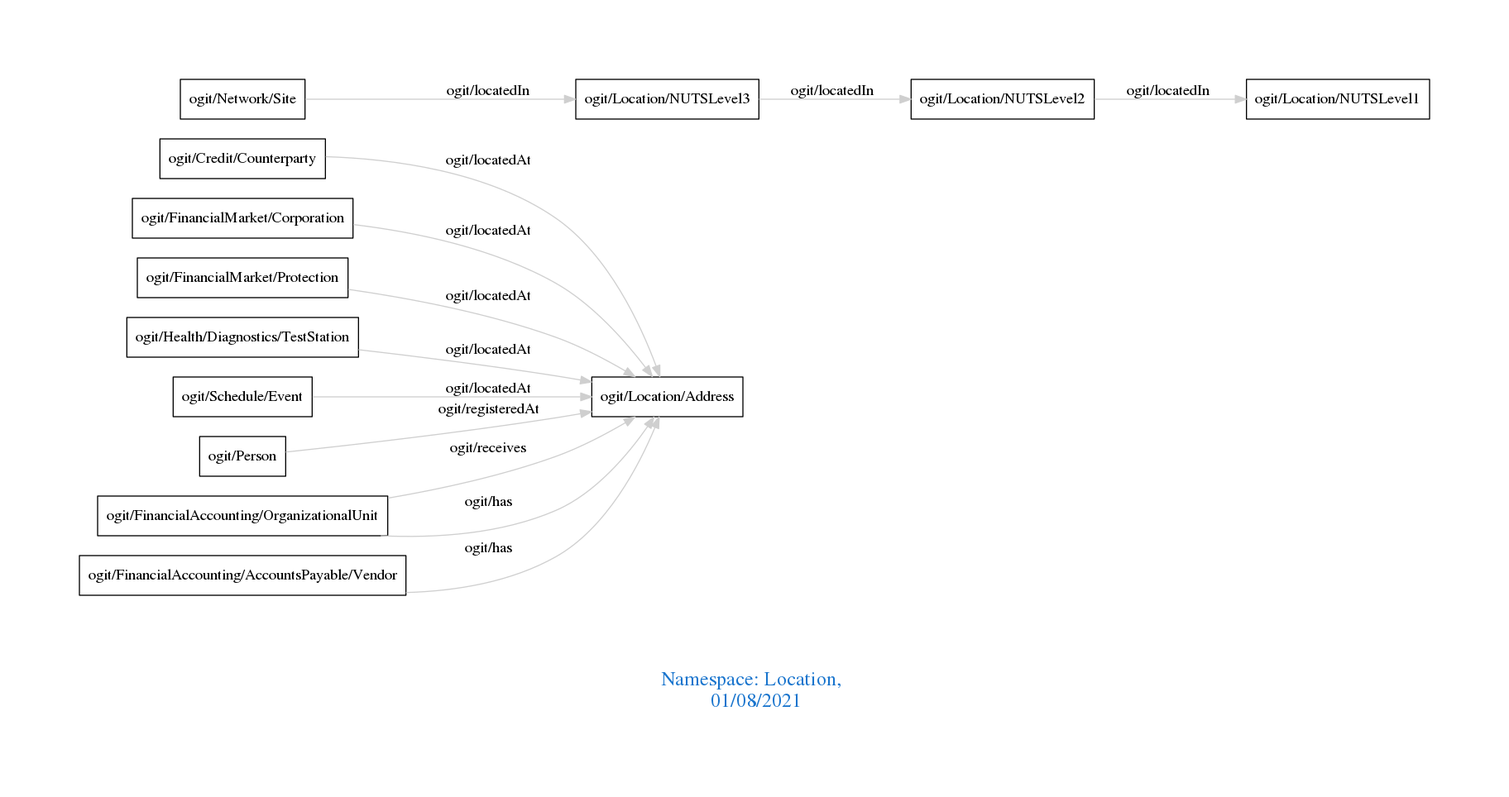
Earlier version of the Graphviz export downloads/Location.png (arago/OGIT). Its source is kept beside it as downloads/Location.dot.
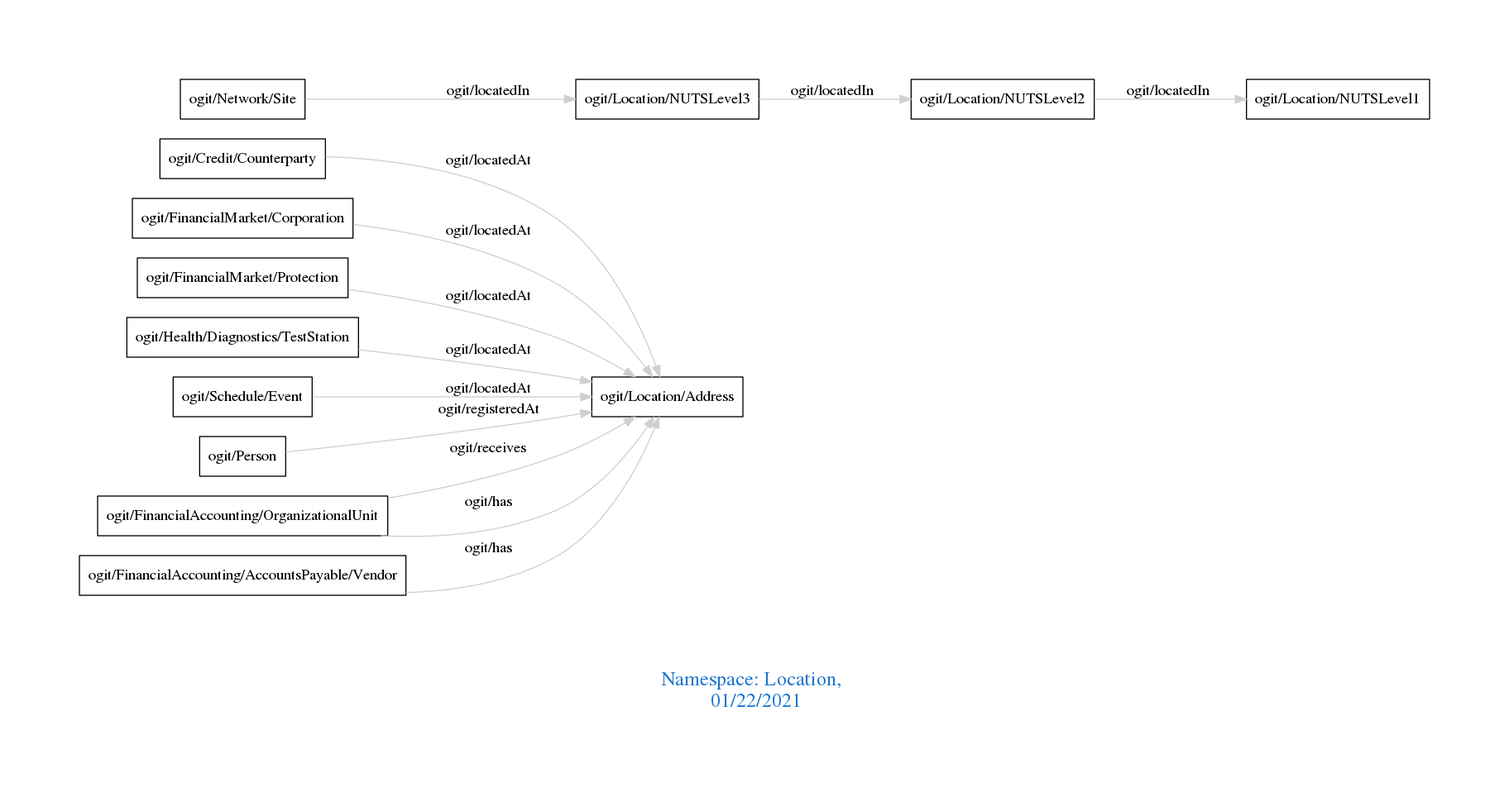
The same diagram one commit later.

Change to the diagram source:
```diff
@@ -1,7 +1,7 @@
 digraph OGIT_ontology {
  graph [ rankdir= LR,pad=1
 fontsize = 18,
-fontcolor= dodgerblue3,label = "\n\n\nNamespace: Location, \n 01/08/2021"];
+fontcolor= dodgerblue3,label = "\n\n\nNamespace: Location, \n 01/22/2021"];
 node[shape=polygon];
 edge [  color="gray81"];
 
```
